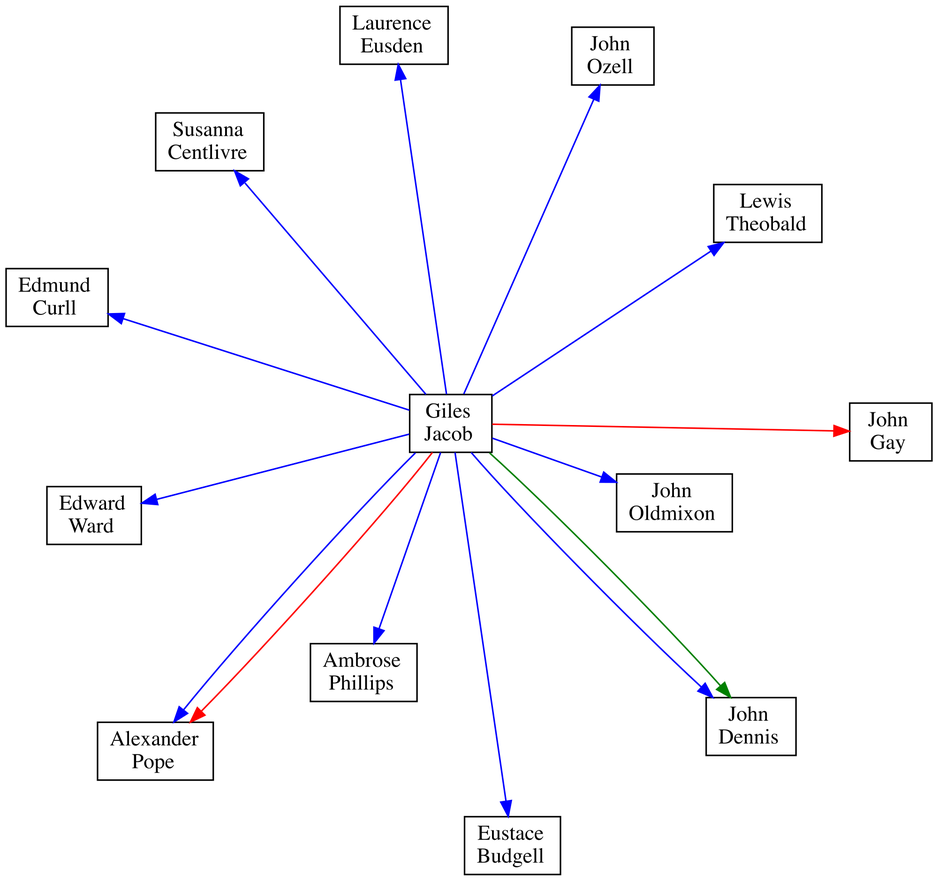
This is images/GILES_JACOB.dot_sfdp_w2000.png from ontoligent/dunciad, a Graphviz export, as it was before one commit. Its source is kept beside it as images/GILES_JACOB.dot. The source it was exported from:
```dot
digraph G {
rankdir=LR
node [shape=rect overlap=false]
ALEXANDER_POPE [label=< Alexander<br/>Pope >]
AMBROSE_PHILLIPS [label=< Ambrose<br/>Phillips >]
EDMUND_CURLL [label=< Edmund<br/>Curll >]
EDWARD_WARD [label=< Edward<br/>Ward >]
EUSTACE_BUDGELL [label=< Eustace<br/>Budgell >]
GILES_JACOB [label=< Giles<br/>Jacob >]
JOHN_DENNIS [label=< John<br/>Dennis >]
JOHN_GAY [label=< John<br/>Gay >]
JOHN_OLDMIXON [label=< John<br/>Oldmixon >]
JOHN_OZELL [label=< John<br/>Ozell >]
LAURENCE_EUSDEN [label=< Laurence<br/>Eusden >]
LEWIS_THEOBALD [label=< Lewis<br/>Theobald >]
SUSANNA_CENTLIVRE [label=< Susanna<br/>Centlivre >]
GILES_JACOB -> ALEXANDER_POPE [color=red weight=16]
GILES_JACOB -> ALEXANDER_POPE [color=blue weight=1]
GILES_JACOB -> AMBROSE_PHILLIPS [color=blue weight=1]
GILES_JACOB -> EDMUND_CURLL [color=blue weight=1]
GILES_JACOB -> EDWARD_WARD [color=blue weight=1]
GILES_JACOB -> EUSTACE_BUDGELL [color=blue weight=1]
GILES_JACOB -> JOHN_DENNIS [color=green weight=4]
GILES_JACOB -> JOHN_DENNIS [color=blue weight=4]
GILES_JACOB -> JOHN_GAY [color=red weight=1]
GILES_JACOB -> JOHN_OLDMIXON [color=blue weight=1]
GILES_JACOB -> JOHN_OZELL [color=blue weight=4]
GILES_JACOB -> LAURENCE_EUSDEN [color=blue weight=1]
GILES_JACOB -> LEWIS_THEOBALD [color=blue weight=1]
GILES_JACOB -> SUSANNA_CENTLIVRE [color=blue weight=1]
}
```
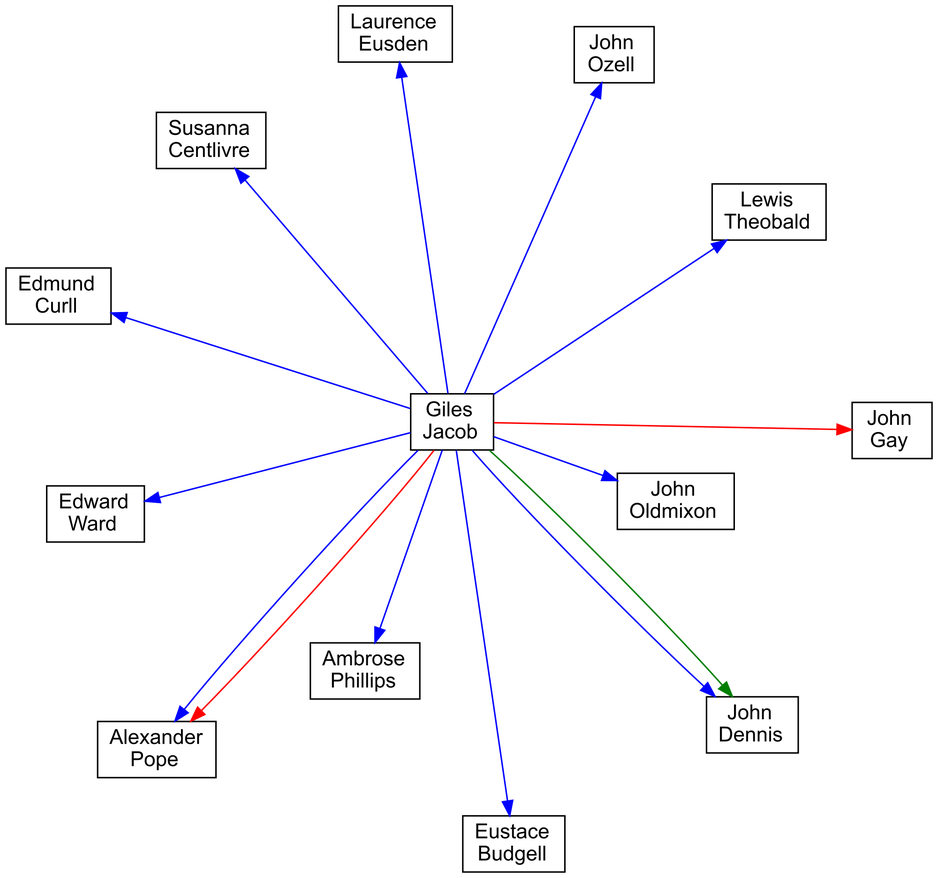
The same file after the commit.

Change to the diagram source:
```diff
@@ -1,6 +1,6 @@
 digraph G {
 rankdir=LR
-node [shape=rect overlap=false]
+node [shape=rect overlap=false fontname=arial]
 ALEXANDER_POPE [label=< Alexander<br/>Pope >]
 AMBROSE_PHILLIPS [label=< Ambrose<br/>Phillips >]
 EDMUND_CURLL [label=< Edmund<br/>Curll >]
```
